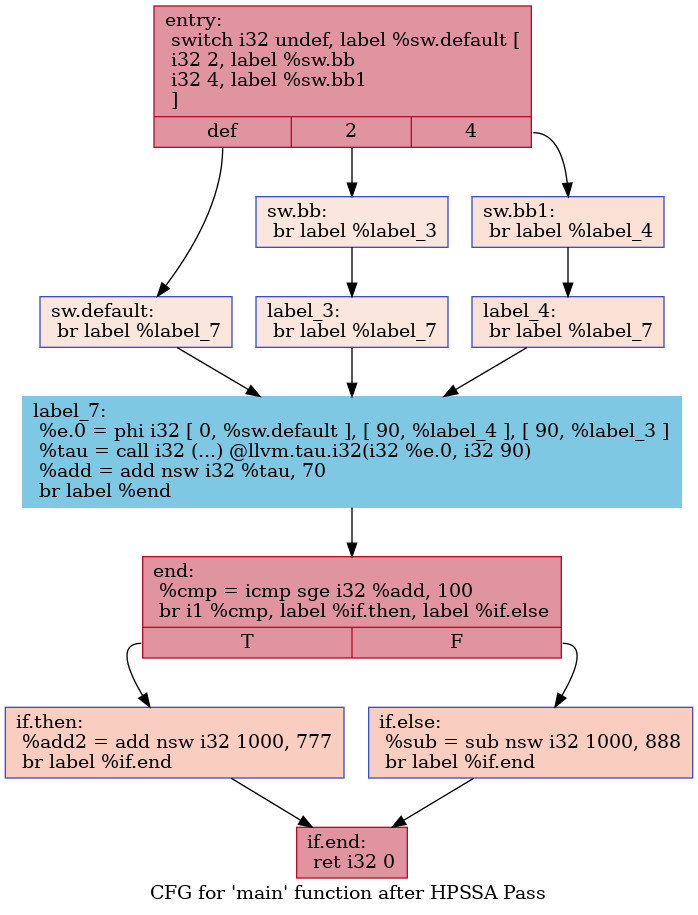
This is submission/afterHPSSA.dot.png from HPSSA-LLVM/HPSSA-LLVM, a Graphviz export, as it was before one commit. Its source is kept beside it as IR/cfg/afterHPSSA.dot.
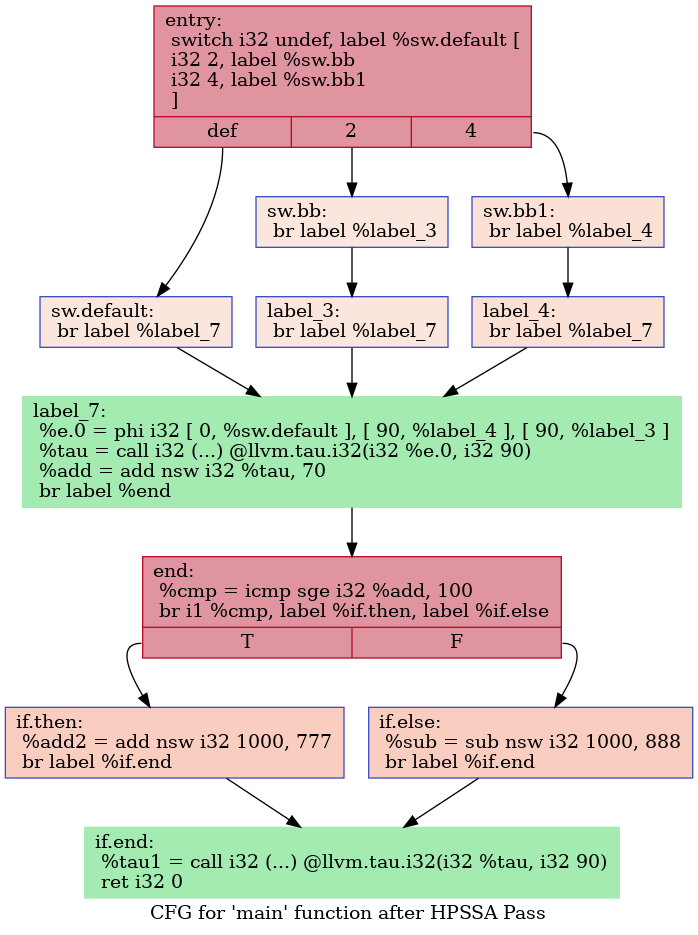
The same diagram one commit later.

Diff of the diagram source:
```diff
@@ -1,28 +1,28 @@
 digraph "CFG for 'main' function" {
 	label="CFG for 'main' function after HPSSA Pass";
 
-	Node0x55d9e0c25840 [shape=record,color="#b70d28ff", style=filled, fillcolor="#b70d2870",label="{entry:\l  switch i32 undef, label %sw.default [\l    i32 2, label %sw.bb\l    i32 4, label %sw.bb1\l  ]\l|{<s0>def|<s1>2|<s2>4}}"];
-	Node0x55d9e0c25840:s0 -> Node0x55d9e0c25da0;
-	Node0x55d9e0c25840:s1 -> Node0x55d9e0c25e20;
-	Node0x55d9e0c25840:s2 -> Node0x55d9e0c25ec0;
-	Node0x55d9e0c25e20 [shape=record,color="#3d50c3ff", style=filled, fillcolor="#f3c7b170",label="{sw.bb:                                            \l  br label %label_3\l}"];
-	Node0x55d9e0c25e20 -> Node0x55d9e0c26050;
-	Node0x55d9e0c25ec0 [shape=record,color="#3d50c3ff", style=filled, fillcolor="#f7bca170",label="{sw.bb1:                                           \l  br label %label_4\l}"];
-	Node0x55d9e0c25ec0 -> Node0x55d9e0c26130;
-	Node0x55d9e0c25da0 [shape=record,color="#3d50c3ff", style=filled, fillcolor="#f3c7b170",label="{sw.default:                                       \l  br label %label_7\l}"];
-	Node0x55d9e0c25da0 -> Node0x55d9e0c26210;
-	Node0x55d9e0c26050 [shape=record,color="#3d50c3ff", style=filled, fillcolor="#f3c7b170",label="{label_3:                                          \l  br label %label_7\l}"];
-	Node0x55d9e0c26050 -> Node0x55d9e0c26210;
-	Node0x55d9e0c26130 [shape=record,color="#3d50c3ff", style=filled, fillcolor="#f7bca170",label="{label_4:                                          \l  br label %label_7\l}"];
-	Node0x55d9e0c26130 -> Node0x55d9e0c26210;
-	Node0x55d9e0c26210 [shape=record,color="#7EC8E3", style=filled, fillcolor="#7EC8E3",label="{label_7:                                          \l  %e.0 = phi i32 [ 0, %sw.default ], [ 90, %label_4 ], [ 90, %label_3 ]\l  %tau = call i32 (...) @llvm.tau.i32(i32 %e.0, i32 90)\l  %add = add nsw i32 %tau, 70\l  br label %end\l}"];
-	Node0x55d9e0c26210 -> Node0x55d9e0c267c0;
-	Node0x55d9e0c267c0 [shape=record,color="#b70d28ff", style=filled, fillcolor="#b70d2870",label="{end:                                              \l  %cmp = icmp sge i32 %add, 100\l  br i1 %cmp, label %if.then, label %if.else\l|{<s0>T|<s1>F}}"];
-	Node0x55d9e0c267c0:s0 -> Node0x55d9e0c26980;
-	Node0x55d9e0c267c0:s1 -> Node0x55d9e0c26b90;
-	Node0x55d9e0c26980 [shape=record,color="#3d50c3ff", style=filled, fillcolor="#f2907270",label="{if.then:                                          \l  %add2 = add nsw i32 1000, 777\l  br label %if.end\l}"];
-	Node0x55d9e0c26980 -> Node0x55d9e0c26dc0;
-	Node0x55d9e0c26b90 [shape=record,color="#3d50c3ff", style=filled, fillcolor="#f2907270",label="{if.else:                                          \l  %sub = sub nsw i32 1000, 888\l  br label %if.end\l}"];
-	Node0x55d9e0c26b90 -> Node0x55d9e0c26dc0;
-	Node0x55d9e0c26dc0 [shape=record,color="#b70d28ff", style=filled, fillcolor="#b70d2870",label="{if.end:                                           \l  ret i32 0\l}"];
+	Node0x55d1094fe880 [shape=record,color="#b70d28ff", style=filled, fillcolor="#b70d2870",label="{entry:\l  switch i32 undef, label %sw.default [\l    i32 2, label %sw.bb\l    i32 4, label %sw.bb1\l  ]\l|{<s0>def|<s1>2|<s2>4}}"];
+	Node0x55d1094fe880:s0 -> Node0x55d1094fede0;
+	Node0x55d1094fe880:s1 -> Node0x55d1094fee60;
+	Node0x55d1094fe880:s2 -> Node0x55d1094fef00;
+	Node0x55d1094fee60 [shape=record,color="#3d50c3ff", style=filled, fillcolor="#f3c7b170",label="{sw.bb:                                            \l  br label %label_3\l}"];
+	Node0x55d1094fee60 -> Node0x55d1094ff090;
+	Node0x55d1094fef00 [shape=record,color="#3d50c3ff", style=filled, fillcolor="#f7bca170",label="{sw.bb1:                                           \l  br label %label_4\l}"];
+	Node0x55d1094fef00 -> Node0x55d1094ff170;
+	Node0x55d1094fede0 [shape=record,color="#3d50c3ff", style=filled, fillcolor="#f3c7b170",label="{sw.default:                                       \l  br label %label_7\l}"];
+	Node0x55d1094fede0 -> Node0x55d1094ff250;
+	Node0x55d1094ff090 [shape=record,color="#3d50c3ff", style=filled, fillcolor="#f3c7b170",label="{label_3:                                          \l  br label %label_7\l}"];
+	Node0x55d1094ff090 -> Node0x55d1094ff250;
+	Node0x55d1094ff170 [shape=record,color="#3d50c3ff", style=filled, fillcolor="#f7bca170",label="{label_4:                                          \l  br label %label_7\l}"];
+	Node0x55d1094ff170 -> Node0x55d1094ff250;
+	Node0x55d1094ff250 [shape=record,color="#A3EBB1", style=filled, fillcolor="#A3EBB1",label="{label_7:                                          \l  %e.0 = phi i32 [ 0, %sw.default ], [ 90, %label_4 ], [ 90, %label_3 ]\l  %tau = call i32 (...) @llvm.tau.i32(i32 %e.0, i32 90)\l  %add = add nsw i32 %tau, 70\l  br label %end\l}"];
+	Node0x55d1094ff250 -> Node0x55d1094ff800;
+	Node0x55d1094ff800 [shape=record,color="#b70d28ff", style=filled, fillcolor="#b70d2870",label="{end:                                              \l  %cmp = icmp sge i32 %add, 100\l  br i1 %cmp, label %if.then, label %if.else\l|{<s0>T|<s1>F}}"];
+	Node0x55d1094ff800:s0 -> Node0x55d1094ff9c0;
+	Node0x55d1094ff800:s1 -> Node0x55d1094ffbd0;
+	Node0x55d1094ff9c0 [shape=record,color="#3d50c3ff", style=filled, fillcolor="#f2907270",label="{if.then:                                          \l  %add2 = add nsw i32 1000, 777\l  br label %if.end\l}"];
+	Node0x55d1094ff9c0 -> Node0x55d1094ffe00;
+	Node0x55d1094ffbd0 [shape=record,color="#3d50c3ff", style=filled, fillcolor="#f2907270",label="{if.else:                                          \l  %sub = sub nsw i32 1000, 888\l  br label %if.end\l}"];
+	Node0x55d1094ffbd0 -> Node0x55d1094ffe00;
+	Node0x55d1094ffe00 [shape=record,color="#A3EBB1", style=filled, fillcolor="#A3EBB1",label="{if.end:                                           \l  %tau1 = call i32 (...) @llvm.tau.i32(i32 %tau, i32 90)\l  ret i32 0\l}"];
 }
```
